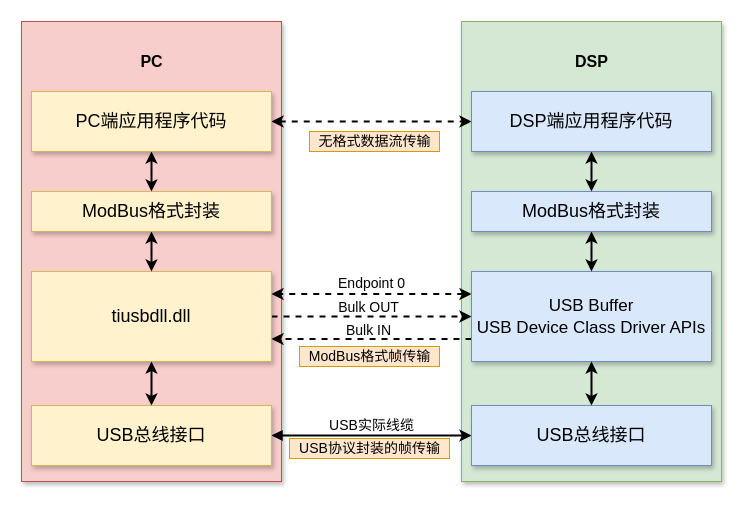
Above: page "整个通信框图" (1 of 3) of Untitled Diagram.drawio in fuxinsen/test (draw.io), before the change. Source tidied: cells renumbered, new cells numbered last; positions are measured from the earlier drawing's top-left corner, leaving out a move shared by most shapes. Both pictures are drawn from the tidied source at 100%, with x=0, y=0 at pixel (21, 21).
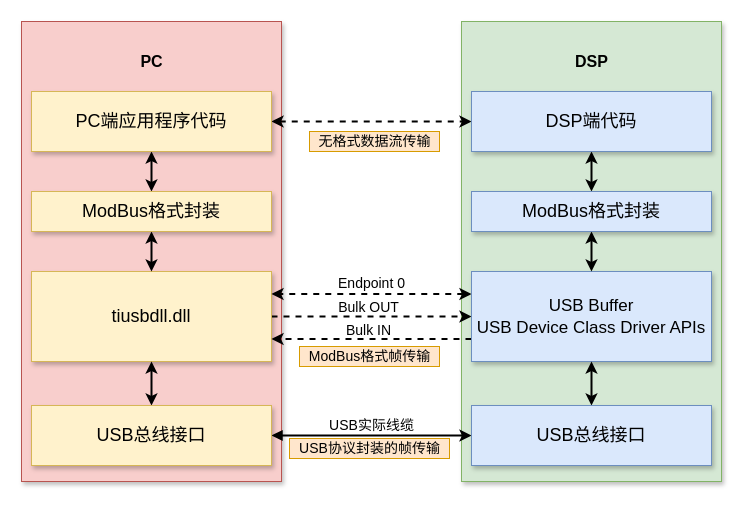
After the change.

The edit, as a diff of the source:
```diff
@@
-    <mxCell id="18" value="&lt;span&gt;DSP端应用程序代码&lt;/span&gt;" style="whiteSpace=wrap;html=1;shadow=1;fontSize=18;sketch=0;rounded=0;glass=0;strokeColor=#6c8ebf;fillColor=#dae8fc;" parent="1" vertex="1">
+    <mxCell id="18" value="&lt;span&gt;DSP端代码&lt;/span&gt;" style="whiteSpace=wrap;html=1;shadow=1;fontSize=18;sketch=0;rounded=0;glass=0;strokeColor=#6c8ebf;fillColor=#dae8fc;" parent="1" vertex="1">
       <mxGeometry x="450" y="70" width="240" height="60" as="geometry" />
     </mxCell>
```
